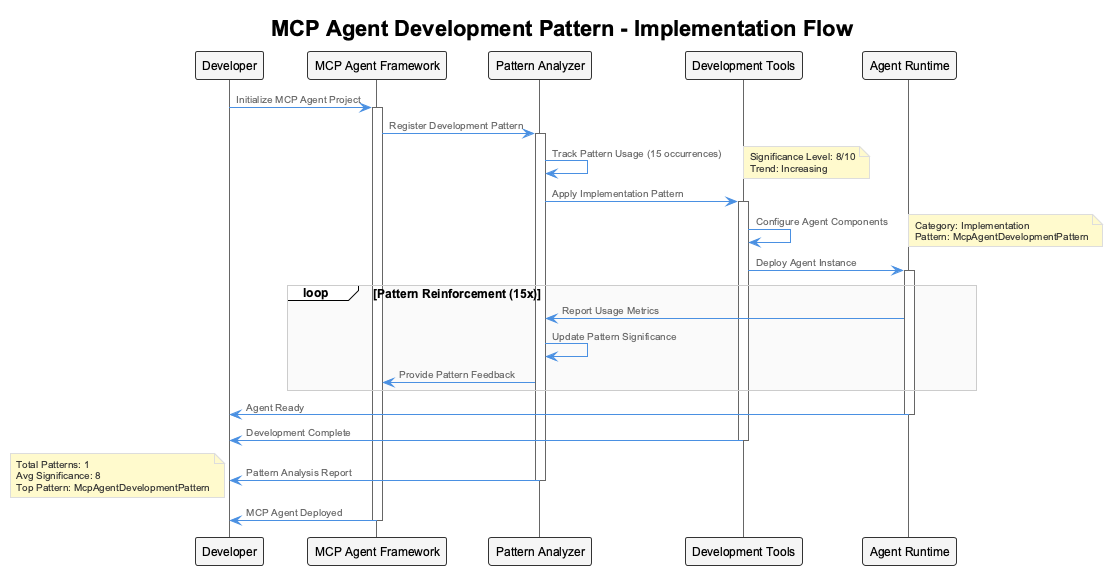
Earlier version of the PlantUML export knowledge-management/insights/images/mcp-agent-development-pattern-sequence.png (fwornle/coding).
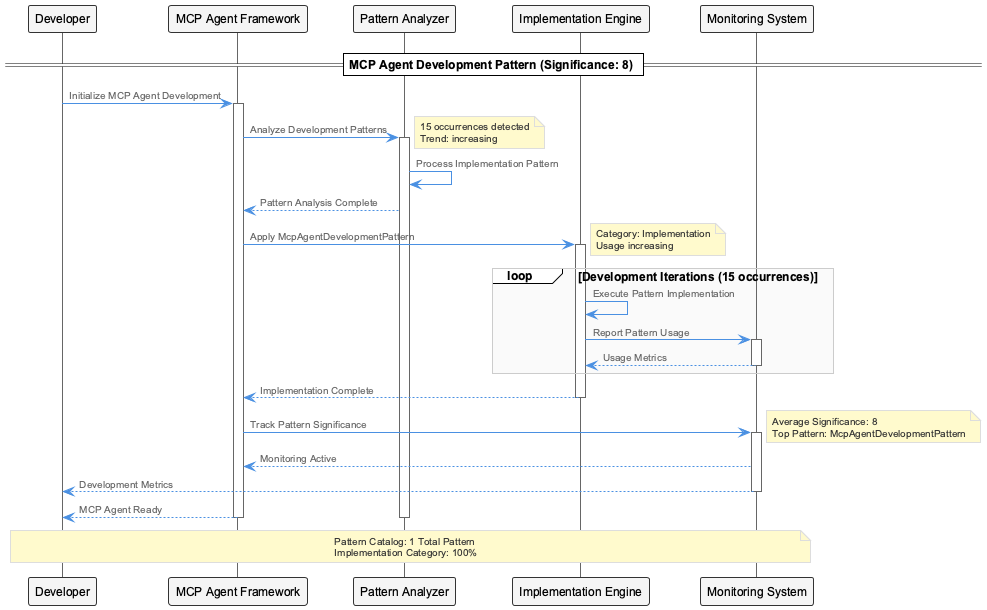
Above is the later version.

Change to the diagram source:
```diff
@@ -1,47 +1,51 @@
 @startuml
 !include /Users/q284340/Agentic/coding/docs/puml/_standard-style.puml
-
-title MCP Agent Development Pattern - Implementation Flow
 
 participant "Developer" as dev
 participant "MCP Agent Framework" as framework
 participant "Pattern Analyzer" as analyzer
-participant "Development Tools" as tools
-participant "Agent Runtime" as runtime
+participant "Implementation Engine" as engine
+participant "Monitoring System" as monitor
 
-dev -> framework: Initialize MCP Agent Project
+== MCP Agent Development Pattern (Significance: 8) ==
+
+dev -> framework : Initialize MCP Agent Development
 activate framework
 
-framework -> analyzer: Register Development Pattern
+framework -> analyzer : Analyze Development Patterns
 activate analyzer
-analyzer -> analyzer: Track Pattern Usage (15 occurrences)
-note right: Significance Level: 8/10\nTrend: Increasing
+note right : 15 occurrences detected\nTrend: increasing
 
-analyzer -> tools: Apply Implementation Pattern
-activate tools
-tools -> tools: Configure Agent Components
-note right: Category: Implementation\nPattern: McpAgentDevelopmentPattern
+analyzer -> analyzer : Process Implementation Pattern
+analyzer --> framework : Pattern Analysis Complete
 
-tools -> runtime: Deploy Agent Instance
-activate runtime
+framework -> engine : Apply McpAgentDevelopmentPattern
+activate engine
+note right : Category: Implementation\nUsage increasing
 
-loop Pattern Reinforcement (15x)
-    runtime -> analyzer: Report Usage Metrics
-    analyzer -> analyzer: Update Pattern Significance
-    analyzer -> framework: Provide Pattern Feedback
+loop Development Iterations (15 occurrences)
+    engine -> engine : Execute Pattern Implementation
+    engine -> monitor : Report Pattern Usage
+    activate monitor
+    monitor --> engine : Usage Metrics
+    deactivate monitor
 end
 
-runtime -> dev: Agent Ready
-deactivate runtime
+engine --> framework : Implementation Complete
+deactivate engine
 
-tools -> dev: Development Complete
-deactivate tools
+framework -> monitor : Track Pattern Significance
+activate monitor
+note right : Average Significance: 8\nTop Pattern: McpAgentDevelopmentPattern
 
-analyzer -> dev: Pattern Analysis Report
-note left: Total Patterns: 1\nAvg Significance: 8\nTop Pattern: McpAgentDevelopmentPattern
+monitor --> framework : Monitoring Active
+monitor --> dev : Development Metrics
+deactivate monitor
+
+framework --> dev : MCP Agent Ready
+deactivate framework
 deactivate analyzer
 
-framework -> dev: MCP Agent Deployed
-deactivate framework
+note over dev, monitor : Pattern Catalog: 1 Total Pattern\nImplementation Category: 100%
 
 @enduml
```
